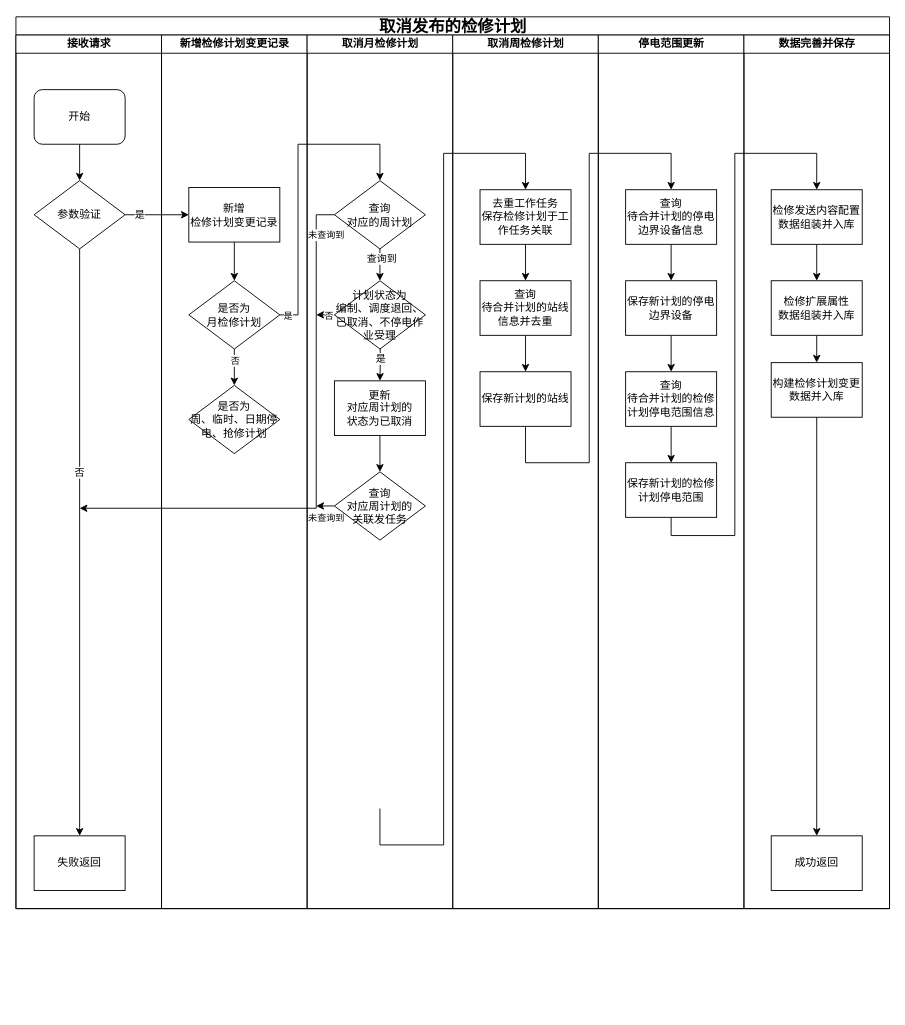
This is 未命名绘图.drawio from wwwwbo/myDraw, a draw.io file, before an edit. Source tidied: cells renumbered, new cells numbered last; positions are measured from the earlier drawing's top-left corner, leaving out a move shared by most shapes. Both pictures are drawn from the tidied source at 91%, with x=0, y=0 at pixel (15, 16).
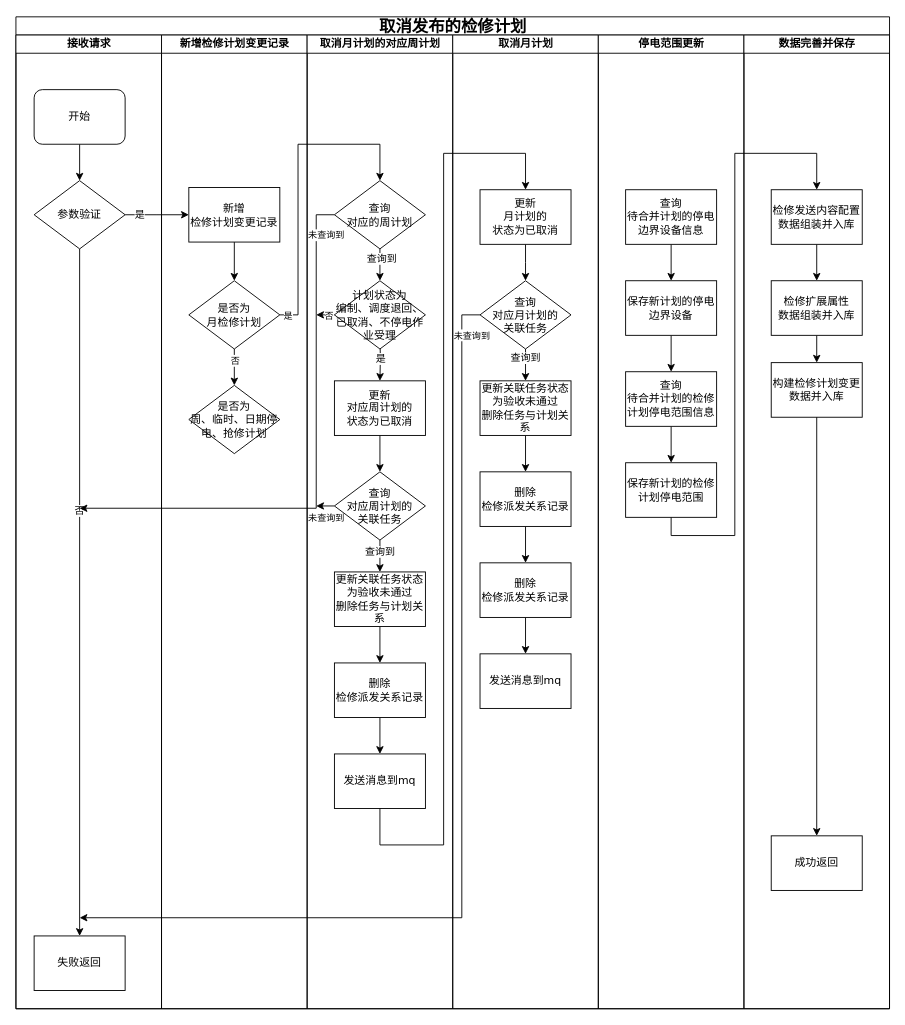
The same page after the edit.

Commit message (it also covers changes not shown here):
更新未命名绘图.drawio

The change refers to these unchanged cells:
```xml
<mxCell id="41" value="&lt;div&gt;&lt;span style=&quot;font-size: 12px;&quot;&gt;查询&lt;/span&gt;&lt;span style=&quot;font-size: 12px;&quot;&gt;&lt;/span&gt;&lt;/div&gt;&lt;span style=&quot;font-size: 12px;&quot;&gt;待合并计划的停电边界设备信息&lt;/span&gt;" style="whiteSpace=wrap;html=1;fontSize=8;fontFamily=Verdana;rounded=0;shadow=0;labelBackgroundColor=none;strokeWidth=1;" parent="39" vertex="1">
  <mxGeometry x="30" y="170" width="100" height="60" as="geometry" />
</mxCell>
```

Change to the diagram source:
```diff
@@
     <mxCell id="2" value="&lt;font style=&quot;font-size: 18px;&quot;&gt;取消发布的检修计划&lt;/font&gt;" style="swimlane;html=1;startSize=20;rounded=0;shadow=0;labelBackgroundColor=none;strokeWidth=1;fontFamily=Verdana;fontSize=8;align=center;" parent="1" vertex="1">
-      <mxGeometry width="960" height="980" as="geometry" />
+      <mxGeometry width="960" height="1090" as="geometry" />
     </mxCell>
     <mxCell id="3" value="接收请求" style="swimlane;html=1;startSize=20;" parent="2" vertex="1">
-      <mxGeometry y="20" width="160" height="960" as="geometry" />
+      <mxGeometry y="20" width="160" height="1070" as="geometry" />
     </mxCell>
@@
     <mxCell id="9" value="&lt;span style=&quot;font-size: 12px;&quot;&gt;失败返回&lt;/span&gt;" style="whiteSpace=wrap;html=1;fontSize=8;fontFamily=Verdana;rounded=0;shadow=0;labelBackgroundColor=none;strokeWidth=1;" parent="3" vertex="1">
-      <mxGeometry x="20" y="880" width="100" height="60" as="geometry" />
+      <mxGeometry x="20" y="990" width="100" height="60" as="geometry" />
     </mxCell>
     <mxCell id="10" value="新增检修计划变更记录" style="swimlane;html=1;startSize=20;" parent="2" vertex="1">
-      <mxGeometry x="160" y="20" width="160" height="960" as="geometry" />
+      <mxGeometry x="160" y="20" width="160" height="1070" as="geometry" />
     </mxCell>
@@
-    <mxCell id="17" value="取消月检修计划" style="swimlane;html=1;startSize=20;" parent="2" vertex="1">
-      <mxGeometry x="320" y="20" width="160" height="960" as="geometry" />
+    <mxCell id="17" value="取消月计划的对应周计划" style="swimlane;html=1;startSize=20;" parent="2" vertex="1">
+      <mxGeometry x="320" y="20" width="160" height="1070" as="geometry" />
     </mxCell>
@@
+    <mxCell id="62" style="edgeStyle=orthogonalEdgeStyle;rounded=0;jettySize=auto;html=1;exitX=0.5;exitY=1;exitDx=0;exitDy=0;entryX=0.5;entryY=0;entryDx=0;entryDy=0;" parent="17" edge="1" source="32" target="65">
+      <mxGeometry relative="1" as="geometry" />
+    </mxCell>
+    <mxCell id="63" value="查询到" style="edgeLabel;html=1;align=center;verticalAlign=middle;" parent="62" vertex="1">
+      <mxGeometry x="-0.29" y="-1" relative="1" as="geometry" />
+    </mxCell>
-    <mxCell id="32" value="&lt;span style=&quot;font-size: 12px;&quot;&gt;查询&lt;/span&gt;&lt;div&gt;&lt;span style=&quot;font-size: 12px;&quot;&gt;对应周计划的&lt;/span&gt;&lt;/div&gt;&lt;div&gt;&lt;span style=&quot;font-size: 12px;&quot;&gt;关联发任务&lt;/span&gt;&lt;/div&gt;" style="rhombus;whiteSpace=wrap;html=1;rounded=0;shadow=0;labelBackgroundColor=none;strokeWidth=1;fontFamily=Verdana;fontSize=8;align=center;" parent="17" vertex="1">
+    <mxCell id="32" value="&lt;span style=&quot;font-size: 12px;&quot;&gt;查询&lt;/span&gt;&lt;div&gt;&lt;span style=&quot;font-size: 12px;&quot;&gt;对应周计划的&lt;/span&gt;&lt;/div&gt;&lt;div&gt;&lt;span style=&quot;font-size: 12px;&quot;&gt;关联任务&lt;/span&gt;&lt;/div&gt;" style="rhombus;whiteSpace=wrap;html=1;rounded=0;shadow=0;labelBackgroundColor=none;strokeWidth=1;fontFamily=Verdana;fontSize=8;align=center;" parent="17" vertex="1">
       <mxGeometry x="30" y="480" width="100" height="75" as="geometry" />
     </mxCell>
+    <mxCell id="64" style="edgeStyle=orthogonalEdgeStyle;rounded=0;jettySize=auto;html=1;exitX=0.5;exitY=1;exitDx=0;exitDy=0;entryX=0.5;entryY=0;entryDx=0;entryDy=0;" parent="17" edge="1" source="65" target="67">
+      <mxGeometry relative="1" as="geometry" />
+    </mxCell>
+    <mxCell id="65" value="&lt;span style=&quot;font-size: 12px;&quot;&gt;更新关联任务状态为验收未通过&lt;/span&gt;&lt;div&gt;&lt;span style=&quot;font-size: 12px;&quot;&gt;删除任务与计划关系&lt;/span&gt;&lt;/div&gt;" style="whiteSpace=wrap;html=1;fontSize=8;fontFamily=Verdana;rounded=0;shadow=0;labelBackgroundColor=none;strokeWidth=1;" parent="17" vertex="1">
+      <mxGeometry x="30" y="590" width="100" height="60" as="geometry" />
+    </mxCell>
+    <mxCell id="66" style="edgeStyle=orthogonalEdgeStyle;rounded=0;jettySize=auto;html=1;exitX=0.5;exitY=1;exitDx=0;exitDy=0;entryX=0.5;entryY=0;entryDx=0;entryDy=0;" parent="17" edge="1" source="67" target="68">
+      <mxGeometry relative="1" as="geometry" />
+    </mxCell>
+    <mxCell id="67" value="&lt;span style=&quot;font-size: 12px;&quot;&gt;删除&lt;/span&gt;&lt;div&gt;&lt;span style=&quot;font-size: 12px;&quot;&gt;检修派发关系记录&lt;/span&gt;&lt;/div&gt;" style="whiteSpace=wrap;html=1;fontSize=8;fontFamily=Verdana;rounded=0;shadow=0;labelBackgroundColor=none;strokeWidth=1;" parent="17" vertex="1">
+      <mxGeometry x="30" y="690" width="100" height="60" as="geometry" />
+    </mxCell>
+    <mxCell id="68" value="&lt;span style=&quot;font-size: 12px; background-color: transparent; color: light-dark(rgb(0, 0, 0), rgb(255, 255, 255));&quot;&gt;发送消息到mq&lt;/span&gt;" style="whiteSpace=wrap;html=1;fontSize=8;fontFamily=Verdana;rounded=0;shadow=0;labelBackgroundColor=none;strokeWidth=1;" parent="17" vertex="1">
+      <mxGeometry x="30" y="790" width="100" height="60" as="geometry" />
+    </mxCell>
-    <mxCell id="33" value="取消周检修计划" style="swimlane;html=1;startSize=20;" parent="2" vertex="1">
-      <mxGeometry x="480" y="20" width="160" height="960" as="geometry" />
+    <mxCell id="33" value="取消月计划" style="swimlane;html=1;startSize=20;" parent="2" vertex="1">
+      <mxGeometry x="480" y="20" width="160" height="1070" as="geometry" />
     </mxCell>
-    <mxCell id="34" style="edgeStyle=orthogonalEdgeStyle;rounded=0;jettySize=auto;html=1;exitX=0.5;exitY=1;exitDx=0;exitDy=0;" parent="33" edge="1" source="35" target="36">
-      <mxGeometry relative="1" as="geometry" />
-    </mxCell>
-    <mxCell id="35" value="&lt;div&gt;&lt;span style=&quot;font-size: 12px;&quot;&gt;查询&lt;/span&gt;&lt;span style=&quot;font-size: 12px;&quot;&gt;&lt;/span&gt;&lt;/div&gt;&lt;span style=&quot;font-size: 12px;&quot;&gt;待合并计划的站线信息并去重&lt;br&gt;&lt;/span&gt;" style="whiteSpace=wrap;html=1;fontSize=8;fontFamily=Verdana;rounded=0;shadow=0;labelBackgroundColor=none;strokeWidth=1;" parent="33" vertex="1">
-      <mxGeometry x="30" y="270" width="100" height="60" as="geometry" />
-    </mxCell>
-    <mxCell id="36" value="&lt;span style=&quot;font-size: 12px;&quot;&gt;保存新计划的站线&lt;/span&gt;" style="whiteSpace=wrap;html=1;fontSize=8;fontFamily=Verdana;rounded=0;shadow=0;labelBackgroundColor=none;strokeWidth=1;" parent="33" vertex="1">
-      <mxGeometry x="30" y="370" width="100" height="60" as="geometry" />
-    </mxCell>
-    <mxCell id="37" style="edgeStyle=orthogonalEdgeStyle;rounded=0;jettySize=auto;html=1;exitX=0.5;exitY=1;exitDx=0;exitDy=0;" parent="33" edge="1" source="38" target="35">
-      <mxGeometry relative="1" as="geometry" />
+    <mxCell id="37" style="edgeStyle=orthogonalEdgeStyle;rounded=0;jettySize=auto;html=1;exitX=0.5;exitY=1;exitDx=0;exitDy=0;" parent="33" edge="1" source="38">
+      <mxGeometry relative="1" as="geometry">
+        <mxPoint x="80" y="270" as="targetPoint" />
+      </mxGeometry>
     </mxCell>
-    <mxCell id="38" value="&lt;span style=&quot;font-size: 12px;&quot;&gt;去重工作任务&lt;/span&gt;&lt;div&gt;&lt;span style=&quot;font-size: 12px;&quot;&gt;保存检修计划于工作任务关联&lt;/span&gt;&lt;/div&gt;" style="whiteSpace=wrap;html=1;fontSize=8;fontFamily=Verdana;rounded=0;shadow=0;labelBackgroundColor=none;strokeWidth=1;" parent="33" vertex="1">
+    <mxCell id="38" value="&lt;span style=&quot;font-size: 12px;&quot;&gt;更新&lt;/span&gt;&lt;div&gt;&lt;span style=&quot;font-size: 12px;&quot;&gt;月计划的&lt;/span&gt;&lt;/div&gt;&lt;div&gt;&lt;span style=&quot;font-size: 12px;&quot;&gt;状态为已取消&lt;/span&gt;&lt;/div&gt;" style="whiteSpace=wrap;html=1;fontSize=8;fontFamily=Verdana;rounded=0;shadow=0;labelBackgroundColor=none;strokeWidth=1;" parent="33" vertex="1">
       <mxGeometry x="30" y="170" width="100" height="60" as="geometry" />
     </mxCell>
+    <mxCell id="69" style="edgeStyle=orthogonalEdgeStyle;rounded=0;jettySize=auto;html=1;exitX=0;exitY=0.5;exitDx=0;exitDy=0;" parent="33" edge="1" source="73">
+      <mxGeometry relative="1" as="geometry">
+        <mxPoint x="-410" y="970" as="targetPoint" />
+        <Array as="points">
+          <mxPoint x="10" y="307" />
+          <mxPoint x="10" y="970" />
+        </Array>
+      </mxGeometry>
+    </mxCell>
+    <mxCell id="70" value="&lt;font style=&quot;font-size: 10px;&quot;&gt;未查询到&lt;/font&gt;" style="edgeLabel;html=1;align=center;verticalAlign=middle;" parent="69" vertex="1">
+      <mxGeometry x="-0.93" y="1" relative="1" as="geometry">
+        <mxPoint x="9" y="3" as="offset" />
+      </mxGeometry>
+    </mxCell>
+    <mxCell id="71" style="edgeStyle=orthogonalEdgeStyle;rounded=0;jettySize=auto;html=1;exitX=0.5;exitY=1;exitDx=0;exitDy=0;entryX=0.5;entryY=0;entryDx=0;entryDy=0;" parent="33" edge="1" source="73" target="75">
+      <mxGeometry relative="1" as="geometry" />
+    </mxCell>
+    <mxCell id="72" value="查询到" style="edgeLabel;html=1;align=center;verticalAlign=middle;" parent="71" vertex="1">
+      <mxGeometry x="-0.48" y="-1" relative="1" as="geometry" />
+    </mxCell>
+    <mxCell id="73" value="&lt;span style=&quot;font-size: 12px;&quot;&gt;查询&lt;/span&gt;&lt;div&gt;&lt;span style=&quot;font-size: 12px;&quot;&gt;对应月计划的&lt;/span&gt;&lt;/div&gt;&lt;div&gt;&lt;span style=&quot;font-size: 12px;&quot;&gt;关联任务&lt;/span&gt;&lt;/div&gt;" style="rhombus;whiteSpace=wrap;html=1;rounded=0;shadow=0;labelBackgroundColor=none;strokeWidth=1;fontFamily=Verdana;fontSize=8;align=center;" parent="33" vertex="1">
+      <mxGeometry x="30" y="270" width="100" height="75" as="geometry" />
+    </mxCell>
+    <mxCell id="74" style="edgeStyle=orthogonalEdgeStyle;rounded=0;jettySize=auto;html=1;exitX=0.5;exitY=1;exitDx=0;exitDy=0;" parent="33" edge="1" source="75" target="77">
+      <mxGeometry relative="1" as="geometry" />
+    </mxCell>
+    <mxCell id="75" value="&lt;span style=&quot;font-size: 12px;&quot;&gt;更新关联任务状态为验收未通过&lt;/span&gt;&lt;div&gt;&lt;span style=&quot;font-size: 12px;&quot;&gt;删除任务与计划关系&lt;/span&gt;&lt;/div&gt;" style="whiteSpace=wrap;html=1;fontSize=8;fontFamily=Verdana;rounded=0;shadow=0;labelBackgroundColor=none;strokeWidth=1;" parent="33" vertex="1">
+      <mxGeometry x="30" y="380" width="100" height="60" as="geometry" />
+    </mxCell>
+    <mxCell id="76" style="edgeStyle=orthogonalEdgeStyle;rounded=0;jettySize=auto;html=1;exitX=0.5;exitY=1;exitDx=0;exitDy=0;entryX=0.5;entryY=0;entryDx=0;entryDy=0;" parent="33" edge="1" source="77" target="79">
+      <mxGeometry relative="1" as="geometry" />
+    </mxCell>
+    <mxCell id="77" value="&lt;span style=&quot;font-size: 12px;&quot;&gt;删除&lt;/span&gt;&lt;div&gt;&lt;span style=&quot;font-size: 12px;&quot;&gt;检修派发关系记录&lt;/span&gt;&lt;/div&gt;" style="whiteSpace=wrap;html=1;fontSize=8;fontFamily=Verdana;rounded=0;shadow=0;labelBackgroundColor=none;strokeWidth=1;" parent="33" vertex="1">
+      <mxGeometry x="30" y="480" width="100" height="60" as="geometry" />
+    </mxCell>
+    <mxCell id="78" style="edgeStyle=orthogonalEdgeStyle;rounded=0;jettySize=auto;html=1;exitX=0.5;exitY=1;exitDx=0;exitDy=0;entryX=0.5;entryY=0;entryDx=0;entryDy=0;" parent="33" edge="1" source="79" target="80">
+      <mxGeometry relative="1" as="geometry" />
+    </mxCell>
+    <mxCell id="79" value="&lt;span style=&quot;font-size: 12px;&quot;&gt;删除&lt;/span&gt;&lt;div&gt;&lt;span style=&quot;font-size: 12px;&quot;&gt;检修派发关系记录&lt;/span&gt;&lt;/div&gt;" style="whiteSpace=wrap;html=1;fontSize=8;fontFamily=Verdana;rounded=0;shadow=0;labelBackgroundColor=none;strokeWidth=1;" parent="33" vertex="1">
+      <mxGeometry x="30" y="580" width="100" height="60" as="geometry" />
+    </mxCell>
+    <mxCell id="80" value="&lt;span style=&quot;font-size: 12px; background-color: transparent; color: light-dark(rgb(0, 0, 0), rgb(255, 255, 255));&quot;&gt;发送消息到mq&lt;/span&gt;" style="whiteSpace=wrap;html=1;fontSize=8;fontFamily=Verdana;rounded=0;shadow=0;labelBackgroundColor=none;strokeWidth=1;" parent="33" vertex="1">
+      <mxGeometry x="30" y="680" width="100" height="60" as="geometry" />
+    </mxCell>
     <mxCell id="39" value="停电范围更新" style="swimlane;html=1;startSize=20;" parent="2" vertex="1">
-      <mxGeometry x="640" y="20" width="160" height="960" as="geometry" />
+      <mxGeometry x="640" y="20" width="160" height="1070" as="geometry" />
     </mxCell>
@@
     <mxCell id="49" value="数据完善并保存" style="swimlane;html=1;startSize=20;" parent="2" vertex="1">
-      <mxGeometry x="800" y="20" width="160" height="960" as="geometry" />
+      <mxGeometry x="800" y="20" width="160" height="1070" as="geometry" />
     </mxCell>
@@
-    <mxCell id="57" style="edgeStyle=orthogonalEdgeStyle;rounded=0;jettySize=auto;html=1;entryX=0.5;entryY=0;entryDx=0;entryDy=0;exitX=0.5;exitY=1;exitDx=0;exitDy=0;" parent="2" edge="1" source="36" target="41">
-      <mxGeometry relative="1" as="geometry">
-        <Array as="points">
-          <mxPoint x="560" y="490" />
-          <mxPoint x="630" y="490" />
-          <mxPoint x="630" y="150" />
-          <mxPoint x="720" y="150" />
-        </Array>
-      </mxGeometry>
-    </mxCell>
```
